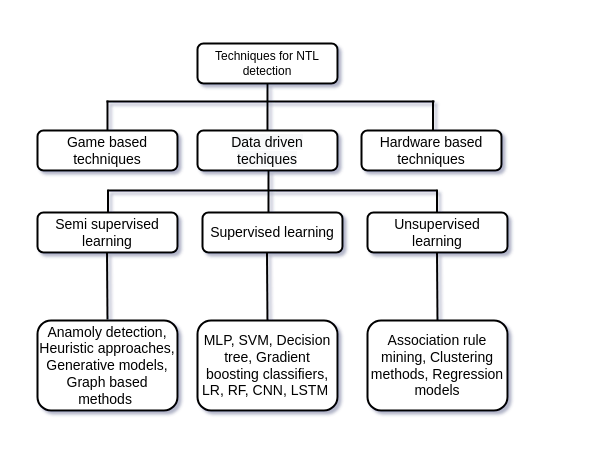
Faisalse/j1_smartgrid keeps this draw.io diagram as Conference paper.drawio. Above is the earlier version. Source tidied: cells renumbered, new cells numbered last; positions are measured from the earlier drawing's top-left corner, leaving out a move shared by most shapes. Both pictures are drawn from the tidied source at 100%, with x=0, y=0 at pixel (17, 23).
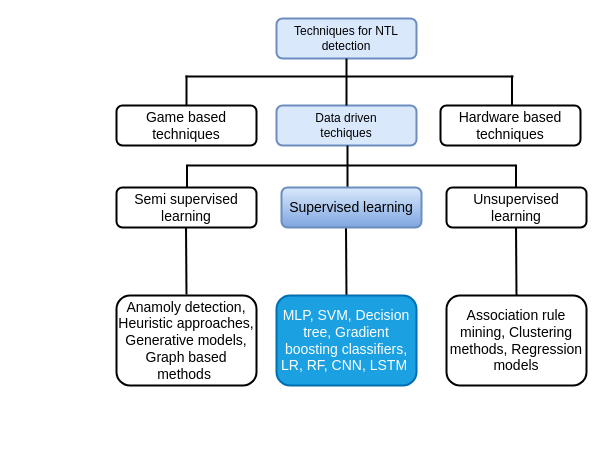
The same page after the edit.

The edit, as a diff of the source:
```diff
@@
-<mxGraphModel shadow="1">
+<mxGraphModel>
@@
-    <mxCell id="2" style="group;" parent="1" vertex="1">
-      <mxGeometry width="510" height="407" as="geometry" />
-    </mxCell>
+    <mxCell id="24" style="group;" parent="1" vertex="1">
+      <mxGeometry x="99" y="-5" width="470" height="367" as="geometry" />
+    </mxCell>
-    <mxCell id="3" style="endArrow=none;html=1;strokeWidth=2;" parent="2" edge="1">
+    <mxCell id="3" style="endArrow=none;html=1;strokeWidth=2;" parent="24" edge="1">
       <mxGeometry relative="1" as="geometry">
-        <mxPoint x="420" y="297" as="sourcePoint" />
-        <mxPoint x="419.5" y="227" as="targetPoint" />
+        <mxPoint x="400" y="277" as="sourcePoint" />
+        <mxPoint x="399.5" y="207" as="targetPoint" />
       </mxGeometry>
     </mxCell>
-    <mxCell id="4" style="endArrow=none;html=1;strokeWidth=2;" parent="2" edge="1">
+    <mxCell id="4" style="endArrow=none;html=1;strokeWidth=2;" parent="24" edge="1">
       <mxGeometry relative="1" as="geometry">
-        <mxPoint x="250" y="299" as="sourcePoint" />
-        <mxPoint x="249.5" y="229" as="targetPoint" />
+        <mxPoint x="230" y="279" as="sourcePoint" />
+        <mxPoint x="229.5" y="209" as="targetPoint" />
       </mxGeometry>
     </mxCell>
-    <mxCell id="5" style="endArrow=none;html=1;strokeWidth=2;" parent="2" edge="1">
+    <mxCell id="5" style="endArrow=none;html=1;strokeWidth=2;" parent="24" edge="1">
       <mxGeometry relative="1" as="geometry">
-        <mxPoint x="419.5" y="196" as="sourcePoint" />
-        <mxPoint x="419.5" y="166" as="targetPoint" />
+        <mxPoint x="399.5" y="176" as="sourcePoint" />
+        <mxPoint x="399.5" y="146" as="targetPoint" />
       </mxGeometry>
     </mxCell>
-    <mxCell id="6" value="Techniques for NTL detection" style="rounded=1;whiteSpace=wrap;html=1;strokeWidth=2;" parent="2" vertex="1">
-      <mxGeometry x="180" y="20" width="140" height="40" as="geometry" />
+    <mxCell id="6" value="Techniques for NTL detection" style="rounded=1;whiteSpace=wrap;html=1;strokeWidth=2;fillColor=#dae8fc;strokeColor=#6c8ebf;" parent="24" vertex="1">
+      <mxGeometry x="160" width="140" height="40" as="geometry" />
     </mxCell>
-    <mxCell id="7" value="&lt;font style=&quot;font-size: 14px&quot;&gt;Hardware based techniques&lt;/font&gt;" style="rounded=1;whiteSpace=wrap;html=1;strokeWidth=2;" parent="2" vertex="1">
-      <mxGeometry x="344" y="107" width="140" height="40" as="geometry" />
+    <mxCell id="7" value="&lt;font style=&quot;font-size: 14px&quot;&gt;Hardware based techniques&lt;/font&gt;" style="rounded=1;whiteSpace=wrap;html=1;strokeWidth=2;" parent="24" vertex="1">
+      <mxGeometry x="324" y="87" width="140" height="40" as="geometry" />
     </mxCell>
-    <mxCell id="8" value="&#10;&#10;&lt;span style=&quot;color: rgb(0, 0, 0); font-family: helvetica; font-size: 14px; font-style: normal; font-weight: 400; letter-spacing: normal; text-align: center; text-indent: 0px; text-transform: none; word-spacing: 0px; background-color: rgb(248, 249, 250); display: inline; float: none;&quot;&gt;Data driven&lt;/span&gt;&lt;br style=&quot;color: rgb(0, 0, 0); font-family: helvetica; font-size: 14px; font-style: normal; font-weight: 400; letter-spacing: normal; text-align: center; text-indent: 0px; text-transform: none; word-spacing: 0px; background-color: rgb(248, 249, 250);&quot;&gt;&lt;span style=&quot;color: rgb(0, 0, 0); font-family: helvetica; font-size: 14px; font-style: normal; font-weight: 400; letter-spacing: normal; text-align: center; text-indent: 0px; text-transform: none; word-spacing: 0px; background-color: rgb(248, 249, 250); display: inline; float: none;&quot;&gt;techiques&lt;/span&gt;&#10;&#10;" style="rounded=1;whiteSpace=wrap;html=1;strokeWidth=2;" parent="2" vertex="1">
-      <mxGeometry x="180" y="107" width="140" height="40" as="geometry" />
+    <mxCell id="8" value="Data driven&lt;br&gt;techiques" style="rounded=1;strokeWidth=2;whiteSpace=wrap;html=1;fillColor=#dae8fc;strokeColor=#6c8ebf;" parent="24" vertex="1">
+      <mxGeometry x="160" y="87" width="140" height="40" as="geometry" />
     </mxCell>
-    <mxCell id="9" value="&lt;span style=&quot;font-size: 14px&quot;&gt;Game based techniques&lt;/span&gt;" style="rounded=1;whiteSpace=wrap;html=1;strokeWidth=2;" parent="2" vertex="1">
-      <mxGeometry x="20" y="107" width="140" height="40" as="geometry" />
+    <mxCell id="9" value="&lt;span style=&quot;font-size: 14px&quot;&gt;Game based techniques&lt;/span&gt;" style="rounded=1;whiteSpace=wrap;html=1;strokeWidth=2;" parent="24" vertex="1">
+      <mxGeometry y="87" width="140" height="40" as="geometry" />
     </mxCell>
-    <mxCell id="10" style="endArrow=none;html=1;entryX=0.5;entryY=1;entryDx=0;entryDy=0;exitX=0.5;exitY=0;exitDx=0;exitDy=0;strokeWidth=2;" parent="2" edge="1" source="8" target="6">
+    <mxCell id="10" style="endArrow=none;html=1;entryX=0.5;entryY=1;entryDx=0;entryDy=0;exitX=0.5;exitY=0;exitDx=0;exitDy=0;strokeWidth=2;" parent="24" edge="1" source="8" target="6">
       <mxGeometry relative="1" as="geometry" />
     </mxCell>
-    <mxCell id="11" style="endArrow=none;html=1;strokeWidth=2;" parent="2" edge="1">
+    <mxCell id="11" style="endArrow=none;html=1;strokeWidth=2;" parent="24" edge="1">
       <mxGeometry relative="1" as="geometry">
-        <mxPoint x="89" y="78" as="sourcePoint" />
-        <mxPoint x="417" y="78" as="targetPoint" />
+        <mxPoint x="69" y="58" as="sourcePoint" />
+        <mxPoint x="397" y="58" as="targetPoint" />
       </mxGeometry>
     </mxCell>
-    <mxCell id="12" style="endArrow=none;html=1;strokeWidth=2;" parent="2" edge="1">
+    <mxCell id="12" style="endArrow=none;html=1;strokeWidth=2;" parent="24" edge="1">
       <mxGeometry relative="1" as="geometry">
-        <mxPoint x="90" y="107" as="sourcePoint" />
-        <mxPoint x="90" y="77" as="targetPoint" />
+        <mxPoint x="70" y="87" as="sourcePoint" />
+        <mxPoint x="70" y="57" as="targetPoint" />
       </mxGeometry>
     </mxCell>
-    <mxCell id="13" style="endArrow=none;html=1;strokeWidth=2;" parent="2" edge="1">
+    <mxCell id="13" style="endArrow=none;html=1;strokeWidth=2;" parent="24" edge="1">
       <mxGeometry relative="1" as="geometry">
-        <mxPoint x="415.5" y="107" as="sourcePoint" />
-        <mxPoint x="415.5" y="77" as="targetPoint" />
+        <mxPoint x="395.5" y="87" as="sourcePoint" />
+        <mxPoint x="395.5" y="57" as="targetPoint" />
       </mxGeometry>
     </mxCell>
-    <mxCell id="14" style="endArrow=none;html=1;entryX=0.5;entryY=1;entryDx=0;entryDy=0;exitX=0.5;exitY=0;exitDx=0;exitDy=0;strokeWidth=2;" parent="2" edge="1">
+    <mxCell id="14" style="endArrow=none;html=1;entryX=0.5;entryY=1;entryDx=0;entryDy=0;exitX=0.5;exitY=0;exitDx=0;exitDy=0;strokeWidth=2;" parent="24" edge="1">
       <mxGeometry relative="1" as="geometry">
-        <mxPoint x="251" y="194" as="sourcePoint" />
-        <mxPoint x="251" y="147" as="targetPoint" />
+        <mxPoint x="231" y="174" as="sourcePoint" />
+        <mxPoint x="231" y="127" as="targetPoint" />
       </mxGeometry>
     </mxCell>
-    <mxCell id="15" value="&lt;font style=&quot;font-size: 14px&quot;&gt;Supervised learning&lt;/font&gt;" style="rounded=1;whiteSpace=wrap;html=1;strokeWidth=2;" parent="2" vertex="1">
-      <mxGeometry x="185" y="189" width="140" height="40" as="geometry" />
+    <mxCell id="15" value="&lt;font style=&quot;font-size: 14px&quot;&gt;Supervised learning&lt;/font&gt;" style="rounded=1;whiteSpace=wrap;html=1;strokeWidth=2;gradientColor=#7ea6e0;fillColor=#dae8fc;strokeColor=#6c8ebf;" parent="24" vertex="1">
+      <mxGeometry x="165" y="169" width="140" height="40" as="geometry" />
     </mxCell>
-    <mxCell id="16" value="&lt;span style=&quot;font-size: 14px&quot;&gt;Unsupervised learning&lt;/span&gt;" style="rounded=1;whiteSpace=wrap;html=1;strokeWidth=2;" parent="2" vertex="1">
-      <mxGeometry x="350" y="189" width="140" height="40" as="geometry" />
+    <mxCell id="16" value="&lt;span style=&quot;font-size: 14px&quot;&gt;Unsupervised learning&lt;/span&gt;" style="rounded=1;whiteSpace=wrap;html=1;strokeWidth=2;" parent="24" vertex="1">
+      <mxGeometry x="330" y="169" width="140" height="40" as="geometry" />
     </mxCell>
-    <mxCell id="17" style="endArrow=none;html=1;strokeWidth=2;" parent="2" edge="1">
+    <mxCell id="17" style="endArrow=none;html=1;strokeWidth=2;" parent="24" edge="1">
       <mxGeometry relative="1" as="geometry">
-        <mxPoint x="91" y="167" as="sourcePoint" />
-        <mxPoint x="419" y="167" as="targetPoint" />
+        <mxPoint x="71" y="147" as="sourcePoint" />
+        <mxPoint x="399" y="147" as="targetPoint" />
       </mxGeometry>
     </mxCell>
-    <mxCell id="18" style="endArrow=none;html=1;strokeWidth=2;" parent="2" edge="1">
+    <mxCell id="18" style="endArrow=none;html=1;strokeWidth=2;" parent="24" edge="1">
       <mxGeometry relative="1" as="geometry">
-        <mxPoint x="90.5" y="196" as="sourcePoint" />
-        <mxPoint x="90.5" y="166" as="targetPoint" />
+        <mxPoint x="70.5" y="176" as="sourcePoint" />
+        <mxPoint x="70.5" y="146" as="targetPoint" />
       </mxGeometry>
     </mxCell>
-    <mxCell id="19" value="&lt;span style=&quot;font-size: 14px&quot;&gt;Anamoly detection, Heuristic approaches, Generative models, Graph based methods&amp;nbsp;&lt;/span&gt;" style="rounded=1;whiteSpace=wrap;html=1;strokeWidth=2;" parent="2" vertex="1">
-      <mxGeometry x="20" y="297" width="140" height="90" as="geometry" />
+    <mxCell id="19" value="&lt;span style=&quot;font-size: 14px&quot;&gt;Anamoly detection, Heuristic approaches, Generative models, Graph based methods&amp;nbsp;&lt;/span&gt;" style="rounded=1;whiteSpace=wrap;html=1;strokeWidth=2;" parent="24" vertex="1">
+      <mxGeometry y="277" width="140" height="90" as="geometry" />
     </mxCell>
-    <mxCell id="20" value="&lt;span style=&quot;font-size: 14px&quot;&gt;MLP, SVM, Decision tree, Gradient boosting classifiers, LR, RF, CNN, LSTM&amp;nbsp;&lt;/span&gt;" style="rounded=1;whiteSpace=wrap;html=1;strokeWidth=2;" parent="2" vertex="1">
-      <mxGeometry x="180" y="297" width="140" height="90" as="geometry" />
+    <mxCell id="20" value="&lt;span style=&quot;font-size: 14px&quot;&gt;MLP, SVM, Decision tree, Gradient boosting classifiers, LR, RF, CNN, LSTM&amp;nbsp;&lt;/span&gt;" style="rounded=1;whiteSpace=wrap;html=1;strokeWidth=2;strokeColor=#006EAF;fontColor=#ffffff;fillColor=#1ba1e2;" parent="24" vertex="1">
+      <mxGeometry x="160" y="277" width="140" height="90" as="geometry" />
     </mxCell>
-    <mxCell id="21" value="&lt;span style=&quot;font-size: 14px&quot;&gt;Association rule mining, Clustering methods, Regression models&lt;/span&gt;" style="rounded=1;whiteSpace=wrap;html=1;strokeWidth=2;" parent="2" vertex="1">
-      <mxGeometry x="350" y="297" width="140" height="90" as="geometry" />
+    <mxCell id="21" value="&lt;span style=&quot;font-size: 14px&quot;&gt;Association rule mining, Clustering methods, Regression models&lt;/span&gt;" style="rounded=1;whiteSpace=wrap;html=1;strokeWidth=2;" parent="24" vertex="1">
+      <mxGeometry x="330" y="277" width="140" height="90" as="geometry" />
     </mxCell>
-    <mxCell id="22" style="endArrow=none;html=1;strokeWidth=2;" parent="2" edge="1">
+    <mxCell id="22" style="endArrow=none;html=1;strokeWidth=2;" parent="24" edge="1">
       <mxGeometry relative="1" as="geometry">
-        <mxPoint x="90" y="296" as="sourcePoint" />
-        <mxPoint x="89.5" y="226" as="targetPoint" />
+        <mxPoint x="70" y="276" as="sourcePoint" />
+        <mxPoint x="69.5" y="206" as="targetPoint" />
       </mxGeometry>
     </mxCell>
-    <mxCell id="23" value="&lt;span style=&quot;font-size: 14px&quot;&gt;Semi supervised learning&lt;/span&gt;" style="rounded=1;whiteSpace=wrap;html=1;strokeWidth=2;" parent="2" vertex="1">
-      <mxGeometry x="20" y="189" width="140" height="40" as="geometry" />
+    <mxCell id="23" value="&lt;span style=&quot;font-size: 14px&quot;&gt;Semi supervised learning&lt;/span&gt;" style="rounded=1;whiteSpace=wrap;html=1;strokeWidth=2;" parent="24" vertex="1">
+      <mxGeometry y="169" width="140" height="40" as="geometry" />
     </mxCell>
```
